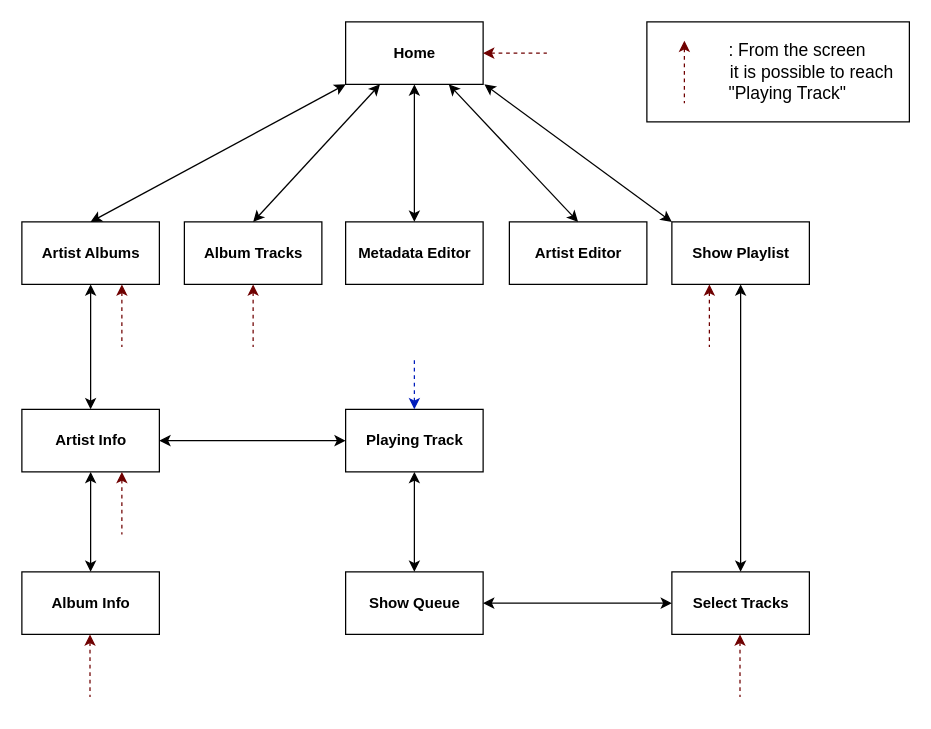
Before: docs/ScreensDiagram.drawio in StefanoAzzone/mad, a draw.io diagram. Source tidied: cells renumbered, new cells numbered last; positions are measured from the earlier drawing's top-left corner, leaving out a move shared by most shapes. Both pictures are drawn from the tidied source at 125%, with x=0, y=0 at pixel (21, 21).
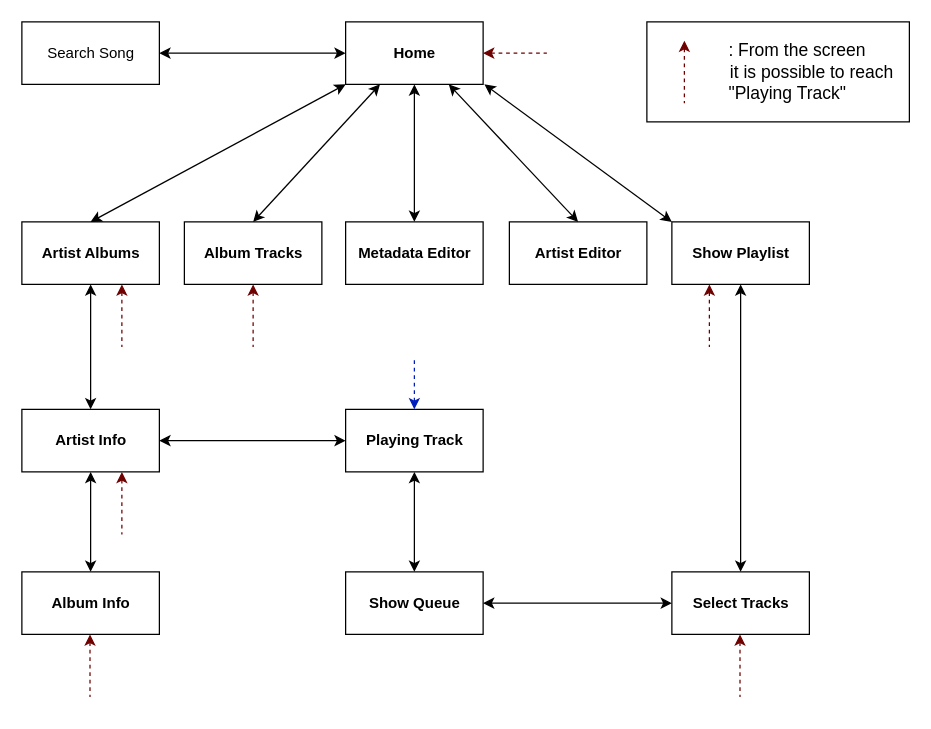
The same page after the edit.

Unchanged cells that the change refers to:
```xml
<mxCell id="2" value="&lt;b&gt;Home&lt;/b&gt;" style="html=1;" parent="1" vertex="1">
  <mxGeometry x="259" width="110" height="50" as="geometry" />
</mxCell>
```

Diff of the diagram source:
```diff
@@
+    <mxCell id="34" value="Search Song" style="html=1;" parent="1" vertex="1">
+      <mxGeometry width="110" height="50" as="geometry" />
+    </mxCell>
+    <mxCell id="35" style="endArrow=classic;startArrow=classic;html=1;rounded=0;exitX=1;exitY=0.5;exitDx=0;exitDy=0;entryX=0;entryY=0.5;entryDx=0;entryDy=0;" parent="1" edge="1" source="34" target="2">
+      <mxGeometry relative="1" as="geometry" />
+    </mxCell>
```
